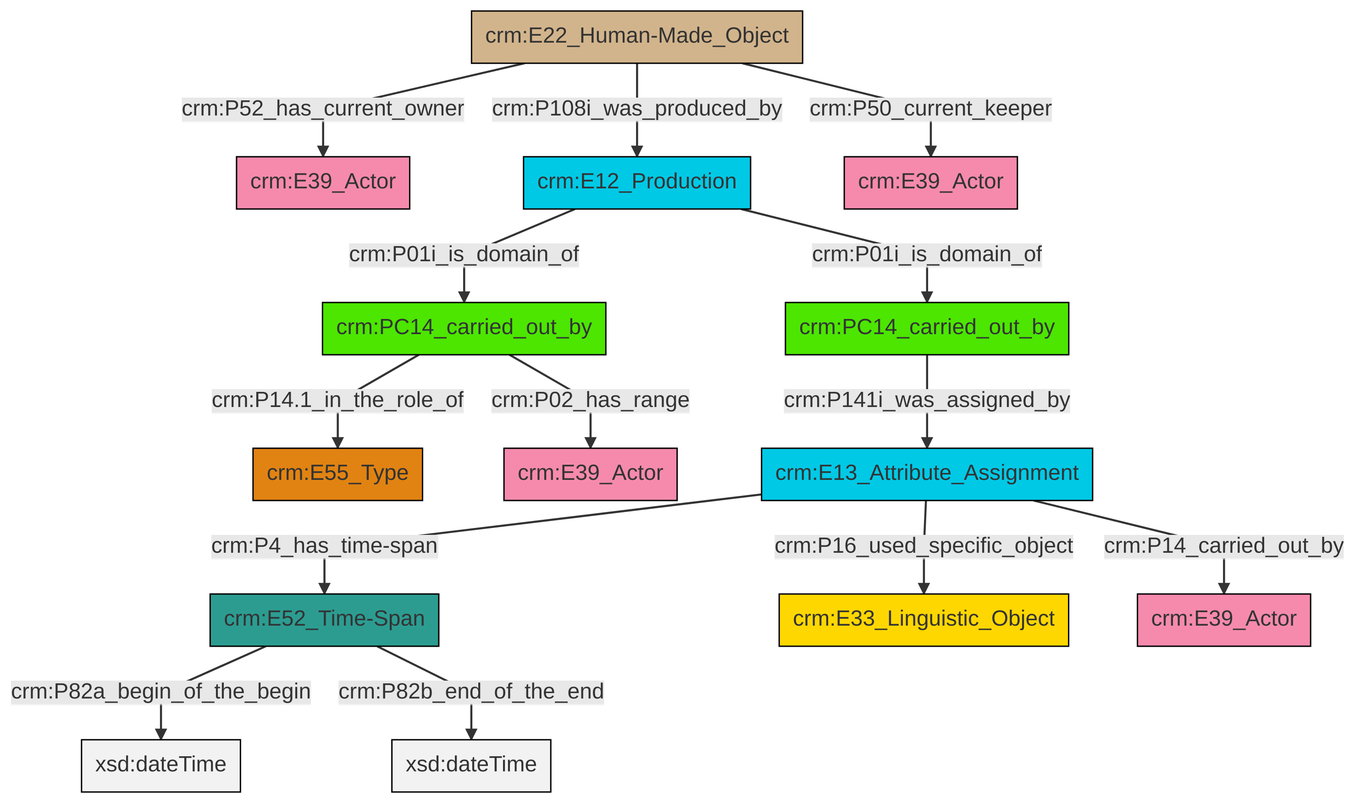
This is et/carrierCSV/ttl/mmd/png/carrier_relations.png from swiss-art-research-net/docs.swissartresearch, a Mermaid export, as it was before one commit. Its source is kept beside it as et/carrierCSV/ttl/mmd/carrier_relations.ttl.mmd.
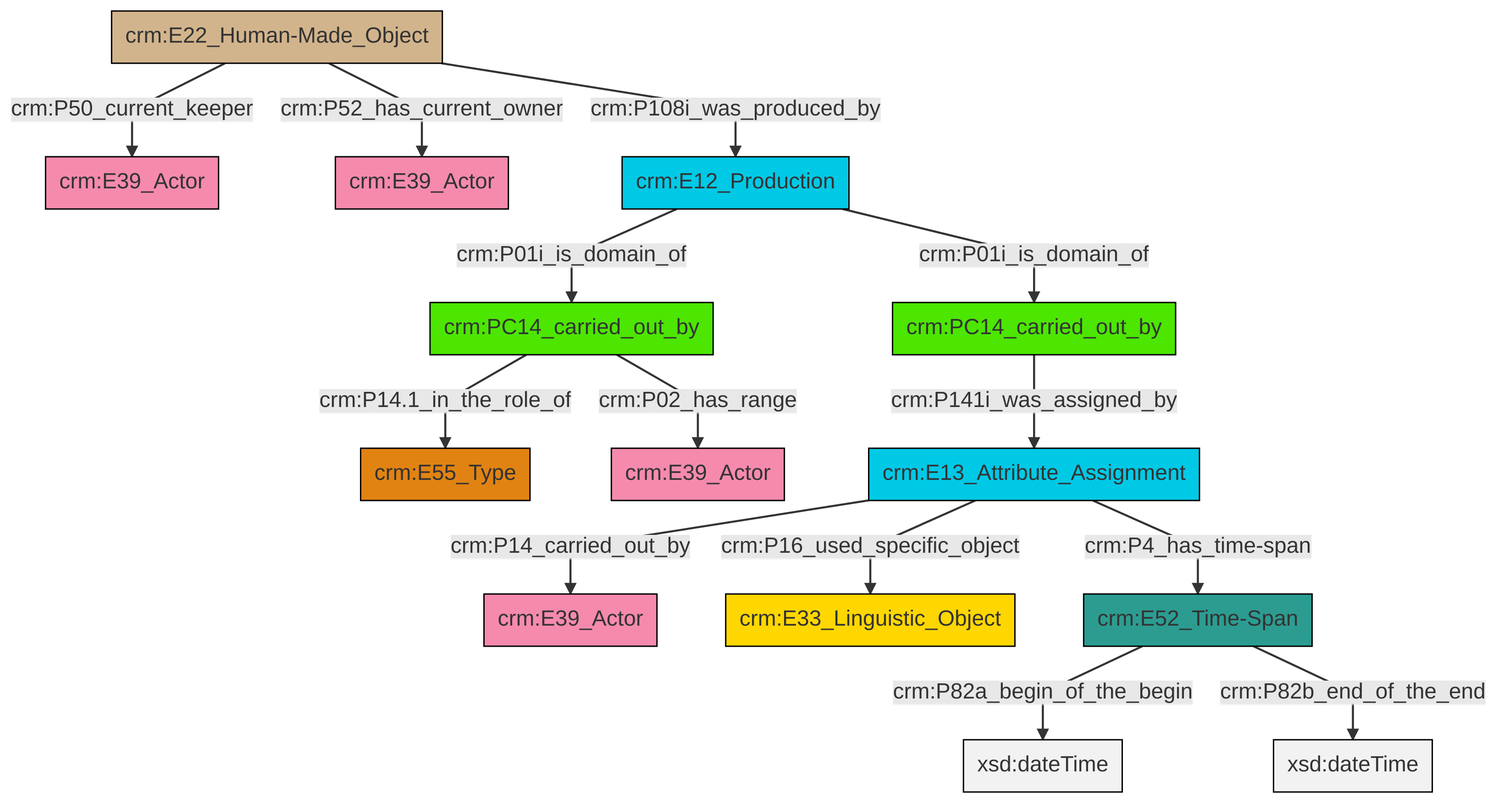
The same file after the commit.

Change to the diagram source:
```diff
@@ -13,16 +13,16 @@
 classDef PC_Classes fill:#4ce600, stroke:#000000;
 classDef Multi fill:#cccccc,stroke:#000000;
 
-0["crm:PC14_carried_out_by"]:::PC_Classes -->|crm:P14.1_in_the_role_of| 1["crm:E55_Type"]:::Type
-6["crm:E13_Attribute_Assignment"]:::Temporal_Entity -->|crm:P4_has_time-span| 7["crm:E52_Time-Span"]:::Time-Span
-4["crm:E12_Production"]:::Temporal_Entity -->|crm:P01i_is_domain_of| 0["crm:PC14_carried_out_by"]:::PC_Classes
-7["crm:E52_Time-Span"]:::Time-Span -->|crm:P82a_begin_of_the_begin| 16[xsd:dateTime]:::Literal
-17["crm:PC14_carried_out_by"]:::PC_Classes -->|crm:P141i_was_assigned_by| 6["crm:E13_Attribute_Assignment"]:::Temporal_Entity
-4["crm:E12_Production"]:::Temporal_Entity -->|crm:P01i_is_domain_of| 17["crm:PC14_carried_out_by"]:::PC_Classes
-0["crm:PC14_carried_out_by"]:::PC_Classes -->|crm:P02_has_range| 14["crm:E39_Actor"]:::Actor
-10["crm:E22_Human-Made_Object"]:::Physical_Thing -->|crm:P52_has_current_owner| 20["crm:E39_Actor"]:::Actor
-10["crm:E22_Human-Made_Object"]:::Physical_Thing -->|crm:P108i_was_produced_by| 4["crm:E12_Production"]:::Temporal_Entity
-7["crm:E52_Time-Span"]:::Time-Span -->|crm:P82b_end_of_the_end| 23[xsd:dateTime]:::Literal
-6["crm:E13_Attribute_Assignment"]:::Temporal_Entity -->|crm:P16_used_specific_object| 2["crm:E33_Linguistic_Object"]:::Conceptual_Object
-10["crm:E22_Human-Made_Object"]:::Physical_Thing -->|crm:P50_current_keeper| 12["crm:E39_Actor"]:::Actor
-6["crm:E13_Attribute_Assignment"]:::Temporal_Entity -->|crm:P14_carried_out_by| 21["crm:E39_Actor"]:::Actor
+0["crm:E52_Time-Span"]:::Time-Span -->|crm:P82a_begin_of_the_begin| 1[xsd:dateTime]:::Literal
+2["crm:PC14_carried_out_by"]:::PC_Classes -->|crm:P14.1_in_the_role_of| 3["crm:E55_Type"]:::Type
+9["crm:E13_Attribute_Assignment"]:::Temporal_Entity -->|crm:P14_carried_out_by| 6["crm:E39_Actor"]:::Actor
+9["crm:E13_Attribute_Assignment"]:::Temporal_Entity -->|crm:P16_used_specific_object| 11["crm:E33_Linguistic_Object"]:::Conceptual_Object
+12["crm:PC14_carried_out_by"]:::PC_Classes -->|crm:P141i_was_assigned_by| 9["crm:E13_Attribute_Assignment"]:::Temporal_Entity
+15["crm:E22_Human-Made_Object"]:::Physical_Thing -->|crm:P50_current_keeper| 17["crm:E39_Actor"]:::Actor
+18["crm:E12_Production"]:::Temporal_Entity -->|crm:P01i_is_domain_of| 2["crm:PC14_carried_out_by"]:::PC_Classes
+18["crm:E12_Production"]:::Temporal_Entity -->|crm:P01i_is_domain_of| 12["crm:PC14_carried_out_by"]:::PC_Classes
+2["crm:PC14_carried_out_by"]:::PC_Classes -->|crm:P02_has_range| 13["crm:E39_Actor"]:::Actor
+15["crm:E22_Human-Made_Object"]:::Physical_Thing -->|crm:P52_has_current_owner| 4["crm:E39_Actor"]:::Actor
+9["crm:E13_Attribute_Assignment"]:::Temporal_Entity -->|crm:P4_has_time-span| 0["crm:E52_Time-Span"]:::Time-Span
+0["crm:E52_Time-Span"]:::Time-Span -->|crm:P82b_end_of_the_end| 20[xsd:dateTime]:::Literal
+15["crm:E22_Human-Made_Object"]:::Physical_Thing -->|crm:P108i_was_produced_by| 18["crm:E12_Production"]:::Temporal_Entity
```
